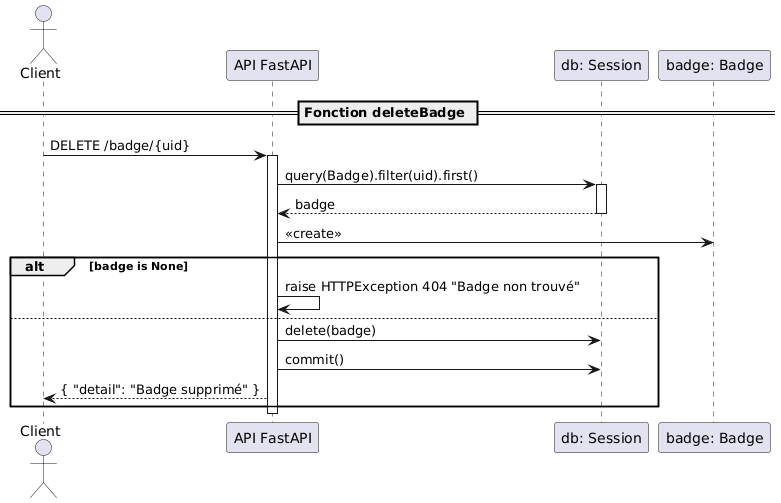
Above: BDD/Diagrammes/Séquence/PGS/deleteBadge.png in RobinMartineau/Acc-s-campus- (PlantUML), before the change.
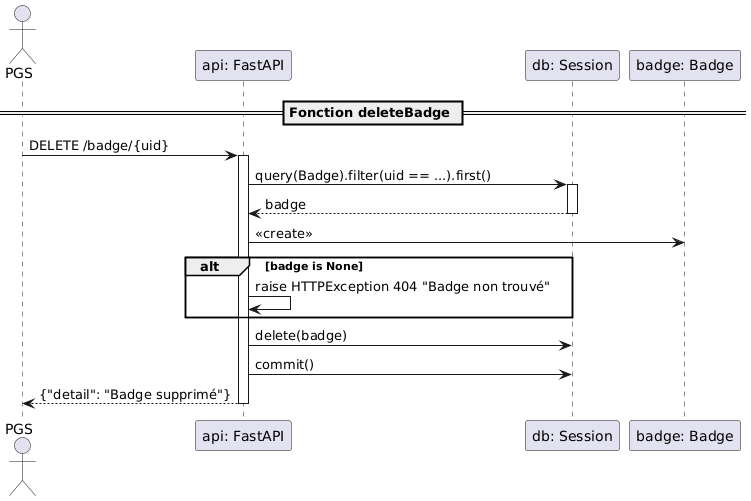
Above is the later version.

What changed in the source:
```diff
@@ -1,28 +1,26 @@
 @startuml
-actor Client
-participant "API FastAPI" as api
+actor PGS
+participant "api: FastAPI"
 participant "db: Session"
 participant "badge: Badge"
 
 == Fonction deleteBadge ==
+PGS -> "api: FastAPI" : DELETE /badge/{uid}
+activate "api: FastAPI"
 
-Client -> api : DELETE /badge/{uid}
-activate api
-
-api -> "db: Session" : query(Badge).filter(uid).first()
+"api: FastAPI" -> "db: Session" : query(Badge).filter(uid == ...).first()
 activate "db: Session"
-"db: Session" --> api : badge
+"db: Session" --> "api: FastAPI" : badge
 deactivate "db: Session"
-
-api -> "badge: Badge" : <<create>>
+"api: FastAPI" -> "badge: Badge" : <<create>>
 
 alt badge is None
-    api -> api : raise HTTPException 404 "Badge non trouvé"
-else
-    api -> "db: Session" : delete(badge)
-    api -> "db: Session" : commit()
-    api --> Client : { "detail": "Badge supprimé" }
+    "api: FastAPI" -> "api: FastAPI" : raise HTTPException 404 "Badge non trouvé"
 end
 
-deactivate api
+"api: FastAPI" -> "db: Session" : delete(badge)
+"api: FastAPI" -> "db: Session" : commit()
+
+"api: FastAPI" --> PGS : {"detail": "Badge supprimé"}
+deactivate "api: FastAPI"
 @enduml
```
